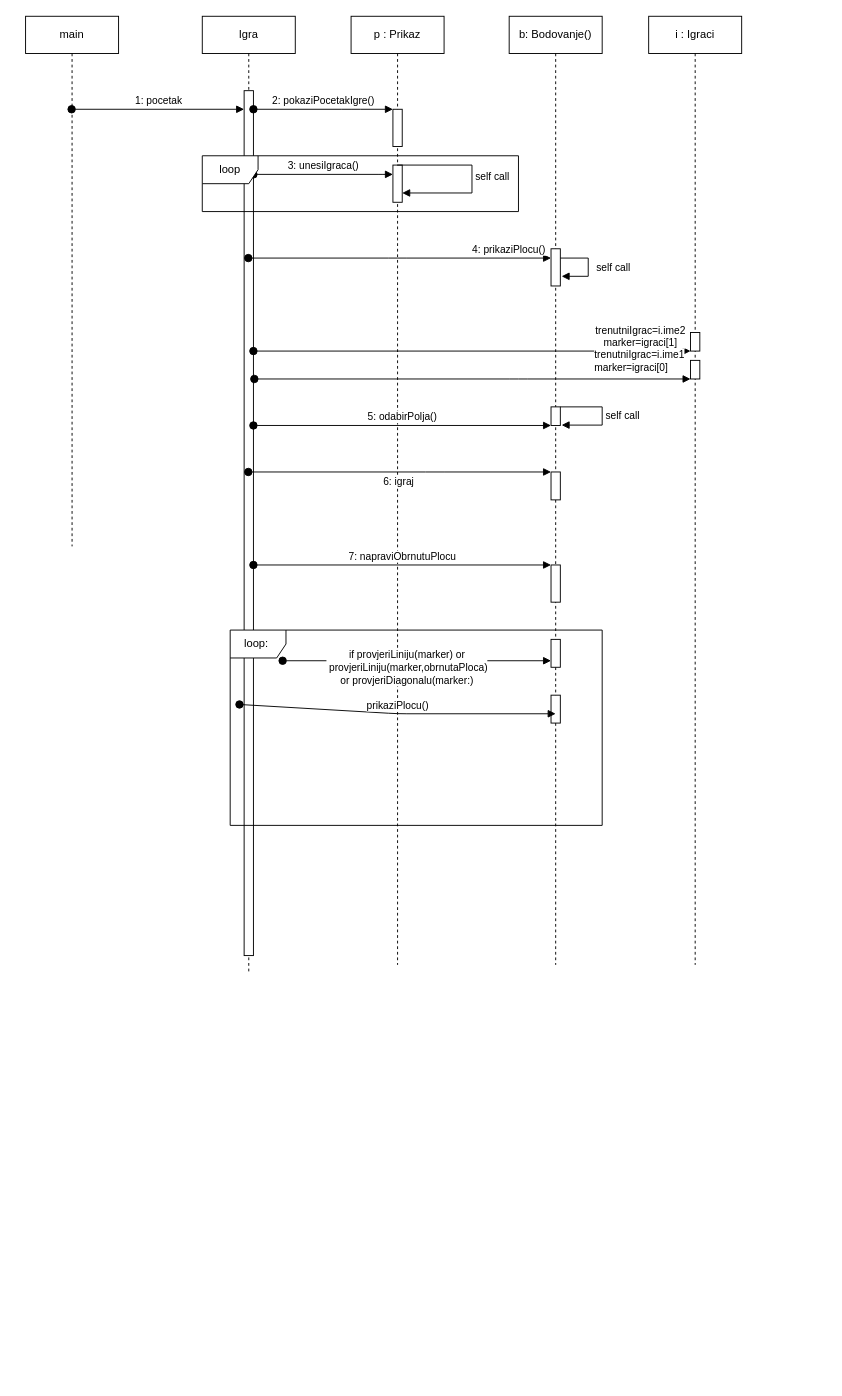
The draw.io diagram page "DijagramSlijedaIgranjaConnect4" (2 of 2) of DijagramSlijeda.drawio in LauraMemedovic/connect-four, before the edit. Source tidied: cells renumbered, new cells numbered last; positions are measured from the earlier drawing's top-left corner, leaving out a move shared by most shapes. Both pictures are drawn from the tidied source at 93%, with x=0, y=0 at pixel (25, 16).
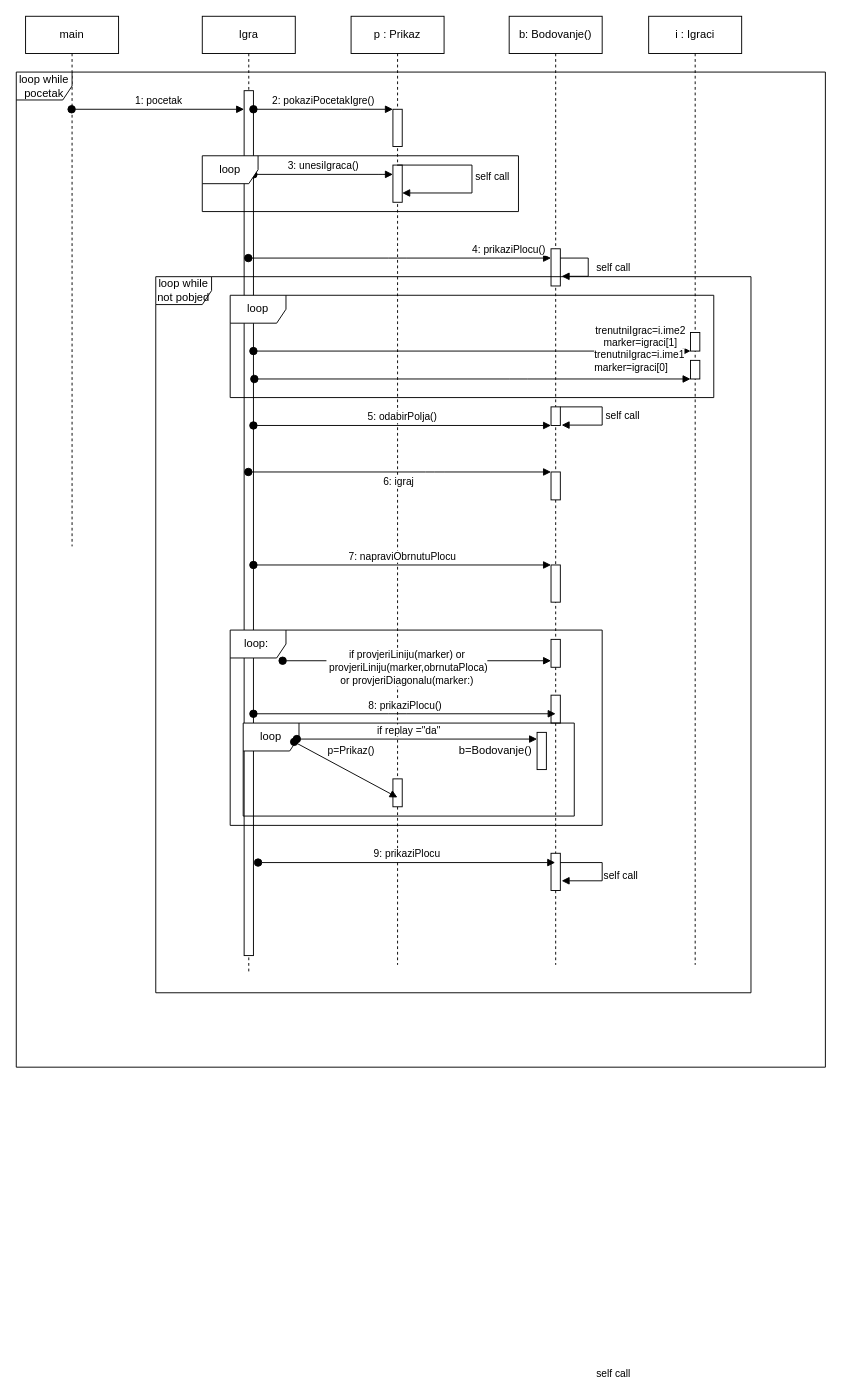
After the change.

The change refers to these unchanged cells:
```xml
<mxCell id="4" style="html=1;points=[];perimeter=orthogonalPerimeter;" parent="3" vertex="1">
  <mxGeometry x="45" y="80" width="10" height="930" as="geometry" />
</mxCell>
<mxCell id="14" value="b: Bodovanje()" style="shape=umlLifeline;perimeter=lifelinePerimeter;whiteSpace=wrap;html=1;outlineConnect=0;" parent="1" vertex="1">
  <mxGeometry x="520" width="100" height="1020" as="geometry" />
</mxCell>
```

The edit, as a diff of the source:
```diff
@@
+    <mxCell id="35" style="html=1;perimeter=orthogonalPerimeter;" parent="14" vertex="1">
+      <mxGeometry x="45" y="900" width="10" height="40" as="geometry" />
+    </mxCell>
@@
-    <mxCell id="34" value="prikaziPlocu()" style="html=1;verticalAlign=bottom;startArrow=oval;endArrow=block;startSize=8;" parent="1" edge="1">
+    <mxCell id="34" value="8: prikaziPlocu()" style="html=1;verticalAlign=bottom;startArrow=oval;endArrow=block;startSize=8;" parent="1" edge="1" source="4">
       <mxGeometry relative="1" as="geometry">
-        <mxPoint x="230" y="740" as="sourcePoint" />
         <mxPoint x="570" y="750" as="targetPoint" />
         <Array as="points">
           <mxPoint x="400" y="750" />
         </Array>
       </mxGeometry>
     </mxCell>
+    <mxCell id="36" value="loop" style="shape=umlFrame;whiteSpace=wrap;html=1;" parent="1" vertex="1">
+      <mxGeometry x="234" y="760" width="356" height="100" as="geometry" />
+    </mxCell>
+    <mxCell id="37" style="html=1;points=[];perimeter=orthogonalPerimeter;" parent="1" vertex="1">
+      <mxGeometry x="550" y="770" width="10" height="40" as="geometry" />
+    </mxCell>
+    <mxCell id="38" value="if replay =&quot;da&quot;" style="html=1;verticalAlign=bottom;startArrow=oval;endArrow=block;startSize=8;exitX=0.162;exitY=0.172;exitDx=0;exitDy=0;exitPerimeter=0;" parent="1" edge="1" source="36" target="37">
+      <mxGeometry x="-0.07" relative="1" as="geometry" />
+    </mxCell>
+    <mxCell id="39" value="b=Bodovanje()" style="text;html=1;align=center;verticalAlign=middle;" parent="1" vertex="1">
+      <mxGeometry x="460" y="780" width="90" height="20" as="geometry" />
+    </mxCell>
+    <mxCell id="40" style="html=1;perimeter=orthogonalPerimeter;" parent="1" vertex="1">
+      <mxGeometry x="395" y="820" width="10" height="30" as="geometry" />
+    </mxCell>
+    <mxCell id="41" value="p=Prikaz()" style="html=1;verticalAlign=bottom;startArrow=oval;endArrow=block;startSize=8;exitX=0.154;exitY=0.202;exitDx=0;exitDy=0;exitPerimeter=0;entryX=0.466;entryY=0.8;entryDx=0;entryDy=0;entryPerimeter=0;" parent="1" edge="1" source="36" target="36">
+      <mxGeometry y="12" relative="1" as="geometry" />
+    </mxCell>
+    <mxCell id="42" value="9: prikaziPlocu" style="html=1;verticalAlign=bottom;startArrow=oval;endArrow=block;startSize=8;" parent="1" edge="1" target="14">
+      <mxGeometry relative="1" as="geometry">
+        <mxPoint x="250" y="910" as="sourcePoint" />
+      </mxGeometry>
+    </mxCell>
+    <mxCell id="43" value="self call" style="edgeStyle=orthogonalEdgeStyle;html=1;align=left;spacingLeft=2;endArrow=block;rounded=0;entryX=1.14;entryY=0.74;entryDx=0;entryDy=0;entryPerimeter=0;" parent="1" edge="1">
+      <mxGeometry x="0.36" y="530" relative="1" as="geometry">
+        <mxPoint x="575" y="910" as="sourcePoint" />
+        <mxPoint x="576.4" y="929.6" as="targetPoint" />
+        <Array as="points">
+          <mxPoint x="620" y="910" />
+          <mxPoint x="620" y="930" />
+        </Array>
+        <mxPoint x="-1" as="offset" />
+      </mxGeometry>
+    </mxCell>
+    <mxCell id="44" value="&lt;span style=&quot;color: rgb(0, 0, 0); font-family: helvetica; font-size: 11px; font-style: normal; font-weight: 400; letter-spacing: normal; text-align: left; text-indent: 0px; text-transform: none; word-spacing: 0px; background-color: rgb(255, 255, 255); display: inline; float: none;&quot;&gt;self call&lt;/span&gt;" style="text;whiteSpace=wrap;html=1;" parent="1" vertex="1">
+      <mxGeometry x="620" y="910" width="60" height="30" as="geometry" />
+    </mxCell>
+    <mxCell id="45" value="loop" style="shape=umlFrame;whiteSpace=wrap;html=1;" parent="1" vertex="1">
+      <mxGeometry x="220" y="300" width="520" height="110" as="geometry" />
+    </mxCell>
+    <mxCell id="46" value="loop while not pobjed" style="shape=umlFrame;whiteSpace=wrap;html=1;" parent="1" vertex="1">
+      <mxGeometry x="140" y="280" width="640" height="770" as="geometry" />
+    </mxCell>
+    <mxCell id="47" value="loop while pocetak" style="shape=umlFrame;whiteSpace=wrap;html=1;" parent="1" vertex="1">
+      <mxGeometry x="-10" y="60" width="870" height="1070" as="geometry" />
+    </mxCell>
```
